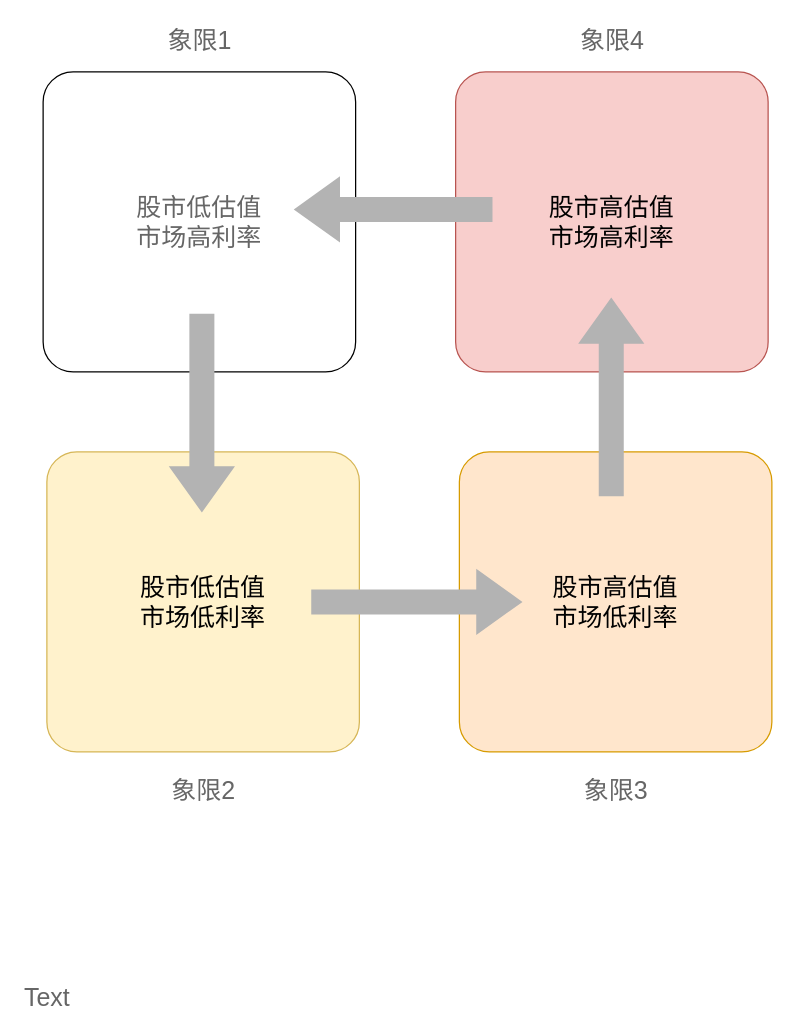
The draw.io diagram 未命名表单.drawio in bobtong/New-Word, before the edit. Source tidied: cells renumbered, new cells numbered last; positions are measured from the earlier drawing's top-left corner, leaving out a move shared by most shapes. Both pictures are drawn from the tidied source at 125%, with x=0, y=0 at pixel (21, 21).
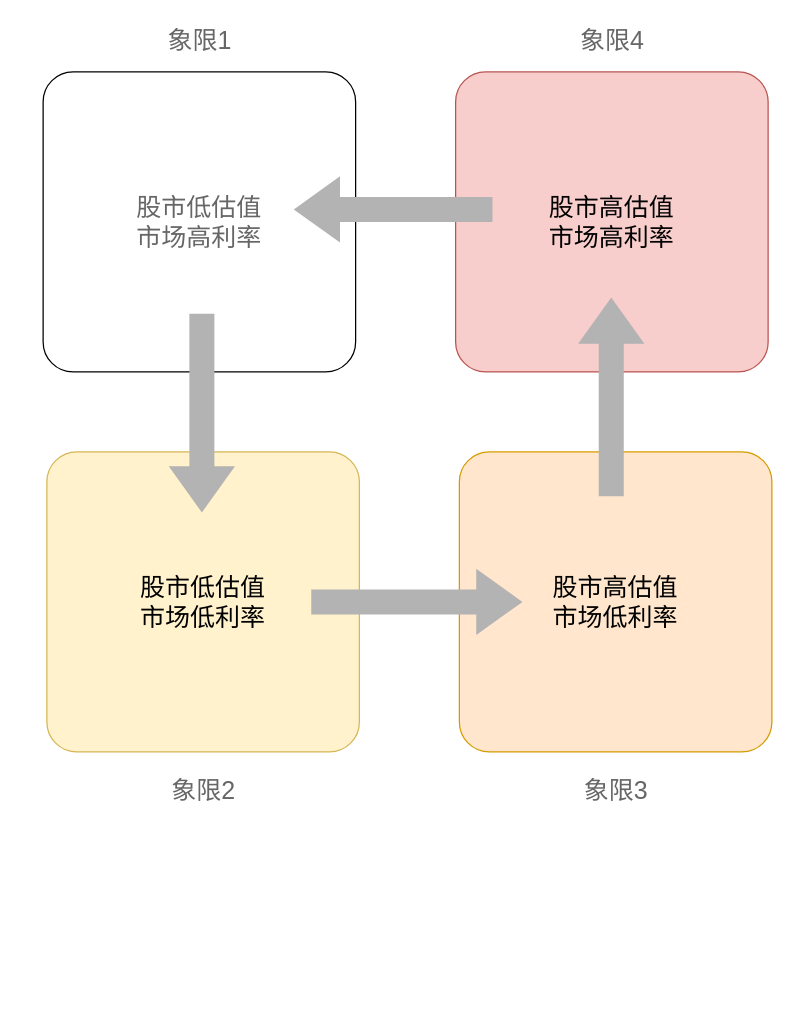
The same diagram, later.

Commit message:
股市市场利率4象限.drawio

What changed in the source:
```diff
@@
 <mxGraphModel>
   <root>
     <mxCell id="0" />
     <mxCell id="1" parent="0" />
     <mxCell id="2" value="&lt;span style=&quot;white-space: normal&quot;&gt;股市低估值&lt;/span&gt;&lt;br style=&quot;white-space: normal&quot;&gt;&lt;span style=&quot;white-space: normal&quot;&gt;市场高利率&lt;/span&gt;" style="rounded=1;whiteSpace=wrap;html=1;fontSize=20;fontColor=#666666;arcSize=10;" parent="1" vertex="1">
       <mxGeometry x="17" y="40" width="250" height="240" as="geometry" />
     </mxCell>
     <mxCell id="3" value="&lt;span style=&quot;white-space: normal&quot;&gt;股市高估值&lt;/span&gt;&lt;br style=&quot;white-space: normal&quot;&gt;&lt;span style=&quot;white-space: normal&quot;&gt;市场高利率&lt;/span&gt;" style="rounded=1;whiteSpace=wrap;html=1;fontSize=20;arcSize=10;fillColor=#f8cecc;strokeColor=#b85450;" parent="1" vertex="1">
       <mxGeometry x="347" y="40" width="250" height="240" as="geometry" />
     </mxCell>
     <mxCell id="4" style="shape=flexArrow;endArrow=classic;html=1;fontSize=20;fontColor=#666666;endWidth=32;endSize=12;width=20;fillColor=#B3B3B3;strokeColor=none;" parent="1" edge="1">
       <mxGeometry relative="1" as="geometry">
         <mxPoint x="377" y="150" as="sourcePoint" />
         <mxPoint x="217" y="150" as="targetPoint" />
       </mxGeometry>
     </mxCell>
     <mxCell id="5" value="&lt;span style=&quot;white-space: normal&quot;&gt;股市低估值&lt;/span&gt;&lt;br style=&quot;white-space: normal&quot;&gt;&lt;span style=&quot;white-space: normal&quot;&gt;市场低利率&lt;/span&gt;" style="rounded=1;whiteSpace=wrap;html=1;fontSize=20;arcSize=10;fillColor=#fff2cc;strokeColor=#d6b656;" parent="1" vertex="1">
       <mxGeometry x="20" y="344" width="250" height="240" as="geometry" />
     </mxCell>
     <mxCell id="6" value="&lt;span style=&quot;white-space: normal&quot;&gt;股市高估值&lt;/span&gt;&lt;br style=&quot;white-space: normal&quot;&gt;&lt;span style=&quot;white-space: normal&quot;&gt;市场低利率&lt;/span&gt;" style="rounded=1;whiteSpace=wrap;html=1;fontSize=20;arcSize=10;fillColor=#ffe6cc;strokeColor=#d79b00;" parent="1" vertex="1">
       <mxGeometry x="350" y="344" width="250" height="240" as="geometry" />
     </mxCell>
     <mxCell id="7" style="shape=flexArrow;endArrow=classic;html=1;fontSize=20;fontColor=#666666;endWidth=32;endSize=12;width=20;fillColor=#B3B3B3;strokeColor=none;" parent="1" edge="1">
       <mxGeometry relative="1" as="geometry">
         <mxPoint x="231" y="464" as="sourcePoint" />
         <mxPoint x="401" y="464" as="targetPoint" />
       </mxGeometry>
     </mxCell>
     <mxCell id="8" style="shape=flexArrow;endArrow=classic;html=1;fontSize=20;fontColor=#666666;endWidth=32;endSize=12;width=20;fillColor=#B3B3B3;strokeColor=none;" parent="1" edge="1">
       <mxGeometry relative="1" as="geometry">
         <mxPoint x="471.5" y="380" as="sourcePoint" />
         <mxPoint x="471.5" y="220" as="targetPoint" />
       </mxGeometry>
     </mxCell>
     <mxCell id="9" style="shape=flexArrow;endArrow=classic;html=1;fontSize=20;fontColor=#666666;endWidth=32;endSize=12;width=20;fillColor=#B3B3B3;strokeColor=none;" parent="1" edge="1">
       <mxGeometry relative="1" as="geometry">
         <mxPoint x="144" y="233" as="sourcePoint" />
         <mxPoint x="144" y="393" as="targetPoint" />
       </mxGeometry>
     </mxCell>
-    <mxCell id="10" value="Text" style="text;html=1;align=center;verticalAlign=middle;fillColor=none;strokeColor=none;rounded=0;fontSize=20;fontColor=#666666;" parent="1" vertex="1">
-      <mxGeometry y="770" width="40" height="20" as="geometry" />
-    </mxCell>
     <mxCell id="11" value="象限1" style="text;html=1;align=center;verticalAlign=top;spacingTop=-4;fontSize=20;fontColor=#666666;" parent="1" vertex="1">
       <mxGeometry x="107" width="70" height="30" as="geometry" />
     </mxCell>
     <mxCell id="12" value="象限4" style="text;html=1;align=center;verticalAlign=top;spacingTop=-4;fontSize=20;fontColor=#666666;" parent="1" vertex="1">
       <mxGeometry x="437" width="70" height="30" as="geometry" />
     </mxCell>
     <mxCell id="13" value="象限2" style="text;html=1;align=center;verticalAlign=top;spacingTop=-4;fontSize=20;fontColor=#666666;" parent="1" vertex="1">
       <mxGeometry x="110" y="600" width="70" height="30" as="geometry" />
     </mxCell>
     <mxCell id="14" value="象限3" style="text;html=1;align=center;verticalAlign=top;spacingTop=-4;fontSize=20;fontColor=#666666;" parent="1" vertex="1">
       <mxGeometry x="440" y="600" width="70" height="30" as="geometry" />
     </mxCell>
   </root>
 </mxGraphModel>
```
